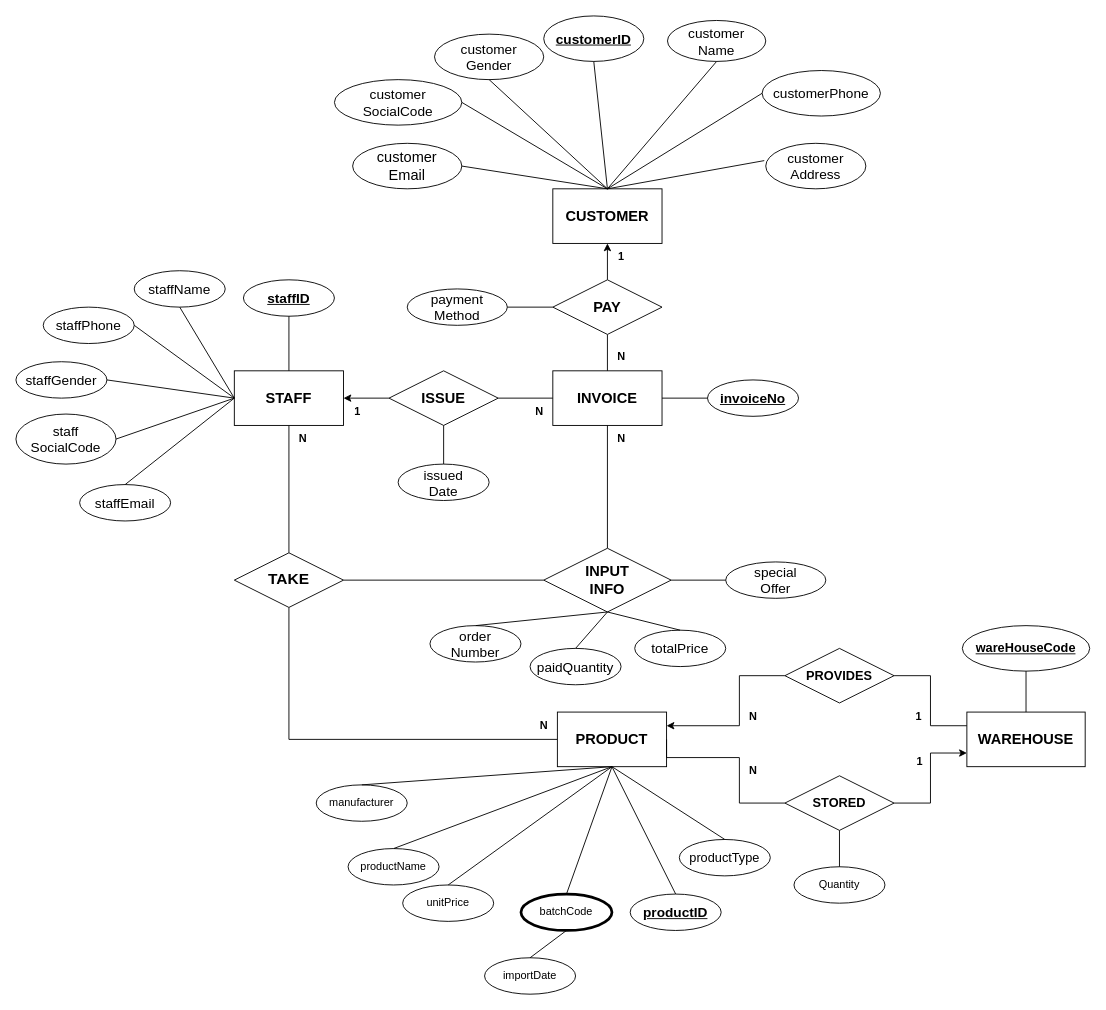
Earlier version of the draw.io diagram ERD.drawio (BradKhai29/DBI202_FinalAssignment). Source tidied: cells renumbered, new cells numbered last; positions are measured from the earlier drawing's top-left corner, leaving out a move shared by most shapes. Both pictures are drawn from the tidied source at 91%, with x=0, y=0 at pixel (15, 15).
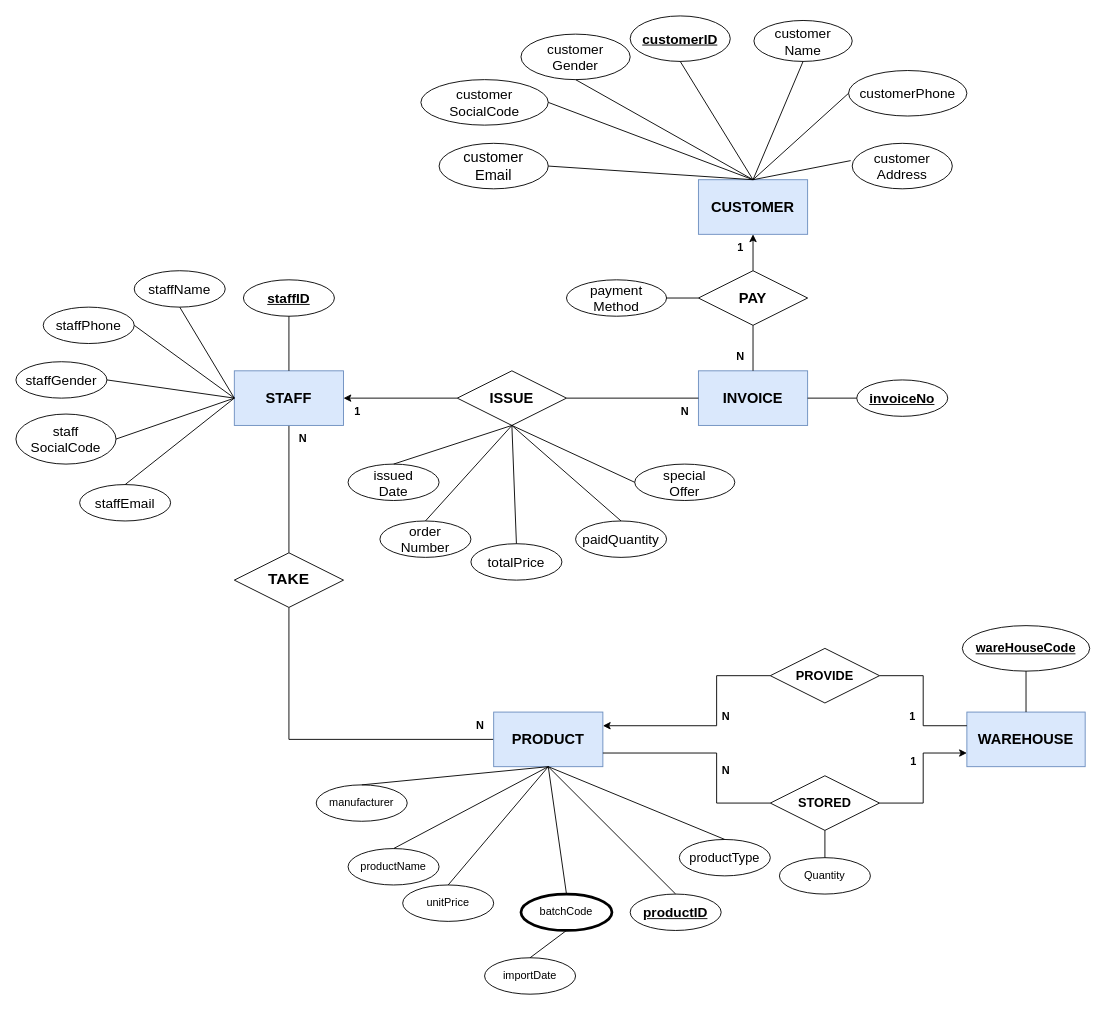
Above is the later version.

Unchanged cells that the change refers to:
```xml
<mxCell id="23" value="&lt;span style=&quot;font-size: 17px;&quot;&gt;&lt;span&gt;TAKE&lt;/span&gt;&lt;/span&gt;" style="shape=rhombus;perimeter=rhombusPerimeter;whiteSpace=wrap;html=1;align=center;fontStyle=1;" parent="1" vertex="1">
  <mxGeometry x="240" y="590" width="120" height="60" as="geometry" />
</mxCell>
```

Change to the diagram source:
```diff
@@
-    <mxCell id="3" value="&lt;span id=&quot;docs-internal-guid-eafbfbee-7fff-0a85-2df2-e815acc4d1be&quot;&gt;&lt;span style=&quot;font-size: 12pt; font-family: Arial; background-color: transparent; font-variant-numeric: normal; font-variant-east-asian: normal; vertical-align: baseline;&quot;&gt;CUSTOMER&lt;/span&gt;&lt;/span&gt;" style="rounded=0;whiteSpace=wrap;html=1;fontStyle=1;" parent="1" vertex="1">
-      <mxGeometry x="590" y="190" width="120" height="60" as="geometry" />
+    <mxCell id="3" value="&lt;span id=&quot;docs-internal-guid-eafbfbee-7fff-0a85-2df2-e815acc4d1be&quot;&gt;&lt;span style=&quot;font-size: 12pt; font-family: Arial; background-color: transparent; font-variant-numeric: normal; font-variant-east-asian: normal; vertical-align: baseline;&quot;&gt;CUSTOMER&lt;/span&gt;&lt;/span&gt;" style="rounded=0;whiteSpace=wrap;html=1;fontStyle=1;fillColor=#dae8fc;strokeColor=#6c8ebf;" parent="1" vertex="1">
+      <mxGeometry x="750" y="180" width="120" height="60" as="geometry" />
     </mxCell>
@@
-    <mxCell id="5" style="edgeStyle=orthogonalEdgeStyle;rounded=0;jettySize=auto;html=1;fontSize=14;startArrow=classic;startFill=1;endArrow=none;endFill=0;fontStyle=1;" parent="1" edge="1" source="6" target="32">
+    <mxCell id="5" style="edgeStyle=orthogonalEdgeStyle;rounded=0;jettySize=auto;html=1;fontSize=14;startArrow=classic;startFill=1;endArrow=none;endFill=0;fontStyle=1;exitX=1;exitY=0.5;exitDx=0;exitDy=0;" parent="1" edge="1" source="6" target="32">
       <mxGeometry relative="1" as="geometry" />
     </mxCell>
-    <mxCell id="6" value="&lt;span&gt;&lt;font style=&quot;font-size: 16px;&quot;&gt;STAFF&lt;/font&gt;&lt;/span&gt;" style="rounded=0;whiteSpace=wrap;html=1;fontStyle=1;" parent="1" vertex="1">
+    <mxCell id="6" value="&lt;span&gt;&lt;font style=&quot;font-size: 16px;&quot;&gt;STAFF&lt;/font&gt;&lt;/span&gt;" style="rounded=0;whiteSpace=wrap;html=1;fontStyle=1;fillColor=#dae8fc;strokeColor=#6c8ebf;" parent="1" vertex="1">
       <mxGeometry x="240" y="390" width="120" height="60" as="geometry" />
     </mxCell>
-    <mxCell id="7" value="&lt;span id=&quot;docs-internal-guid-03f4aca6-7fff-a8e5-e9ba-d91f82704c3d&quot;&gt;&lt;span style=&quot;font-size: 12pt; font-family: Arial; background-color: transparent; font-variant-numeric: normal; font-variant-east-asian: normal; vertical-align: baseline;&quot;&gt;INVOICE&lt;/span&gt;&lt;/span&gt;" style="rounded=0;whiteSpace=wrap;html=1;fontStyle=1;" parent="1" vertex="1">
-      <mxGeometry x="590" y="390" width="120" height="60" as="geometry" />
+    <mxCell id="7" value="&lt;span id=&quot;docs-internal-guid-03f4aca6-7fff-a8e5-e9ba-d91f82704c3d&quot;&gt;&lt;span style=&quot;font-size: 12pt; font-family: Arial; background-color: transparent; font-variant-numeric: normal; font-variant-east-asian: normal; vertical-align: baseline;&quot;&gt;INVOICE&lt;/span&gt;&lt;/span&gt;" style="rounded=0;whiteSpace=wrap;html=1;fontStyle=1;fillColor=#dae8fc;strokeColor=#6c8ebf;" parent="1" vertex="1">
+      <mxGeometry x="750" y="390" width="120" height="60" as="geometry" />
     </mxCell>
@@
-    <mxCell id="9" value="&lt;span style=&quot;font-size: 16px;&quot;&gt;&lt;span&gt;PRODUCT&lt;/span&gt;&lt;/span&gt;" style="rounded=0;whiteSpace=wrap;html=1;fontStyle=1;" parent="1" vertex="1">
-      <mxGeometry x="595" y="765" width="120" height="60" as="geometry" />
+    <mxCell id="9" value="&lt;span style=&quot;font-size: 16px;&quot;&gt;&lt;span&gt;PRODUCT&lt;/span&gt;&lt;/span&gt;" style="rounded=0;whiteSpace=wrap;html=1;fontStyle=1;fillColor=#dae8fc;strokeColor=#6c8ebf;" parent="1" vertex="1">
+      <mxGeometry x="525" y="765" width="120" height="60" as="geometry" />
     </mxCell>
-    <mxCell id="10" value="&lt;span&gt;WAREHOUSE&lt;/span&gt;" style="whiteSpace=wrap;html=1;align=center;fontSize=16;fontStyle=1;" parent="1" vertex="1">
+    <mxCell id="10" value="&lt;span&gt;WAREHOUSE&lt;/span&gt;" style="whiteSpace=wrap;html=1;align=center;fontSize=16;fontStyle=1;fillColor=#dae8fc;strokeColor=#6c8ebf;" parent="1" vertex="1">
       <mxGeometry x="1045" y="765" width="130" height="60" as="geometry" />
     </mxCell>
     <mxCell id="11" style="edgeStyle=orthogonalEdgeStyle;rounded=0;jettySize=auto;html=1;exitX=0;exitY=0.5;exitDx=0;exitDy=0;entryX=1;entryY=0.25;entryDx=0;entryDy=0;startArrow=none;startFill=0;endArrow=classic;endFill=1;fontStyle=1;" parent="1" edge="1" source="13" target="9">
       <mxGeometry relative="1" as="geometry">
         <Array as="points">
-          <mxPoint x="795" y="725" />
-          <mxPoint x="795" y="780" />
+          <mxPoint x="770" y="725" />
+          <mxPoint x="770" y="780" />
         </Array>
       </mxGeometry>
     </mxCell>
@@
-    <mxCell id="13" value="&lt;span&gt;&lt;font style=&quot;font-size: 14px;&quot;&gt;PROVIDES&lt;/font&gt;&lt;/span&gt;" style="shape=rhombus;perimeter=rhombusPerimeter;whiteSpace=wrap;html=1;align=center;fontStyle=1;" parent="1" vertex="1">
-      <mxGeometry x="845" y="695" width="120" height="60" as="geometry" />
+    <mxCell id="13" value="&lt;span&gt;&lt;font style=&quot;font-size: 14px;&quot;&gt;PROVIDE&lt;/font&gt;&lt;/span&gt;" style="shape=rhombus;perimeter=rhombusPerimeter;whiteSpace=wrap;html=1;align=center;fontStyle=1;" parent="1" vertex="1">
+      <mxGeometry x="829" y="695" width="120" height="60" as="geometry" />
     </mxCell>
+    <mxCell id="15" style="edgeStyle=orthogonalEdgeStyle;rounded=0;jettySize=auto;html=1;exitX=1;exitY=0.5;exitDx=0;exitDy=0;entryX=0;entryY=0.75;entryDx=0;entryDy=0;startArrow=none;startFill=0;endArrow=classic;endFill=1;fontStyle=1;" parent="1" edge="1" source="16" target="10">
+      <mxGeometry relative="1" as="geometry" />
+    </mxCell>
-    <mxCell id="14" style="edgeStyle=orthogonalEdgeStyle;rounded=0;jettySize=auto;html=1;exitX=0;exitY=0.5;exitDx=0;exitDy=0;entryX=1;entryY=0.5;entryDx=0;entryDy=0;startArrow=none;startFill=0;endArrow=none;endFill=0;fontStyle=1;" parent="1" edge="1" source="16" target="9">
+    <mxCell id="14" style="edgeStyle=orthogonalEdgeStyle;rounded=0;jettySize=auto;html=1;exitX=0;exitY=0.5;exitDx=0;exitDy=0;entryX=1;entryY=0.75;entryDx=0;entryDy=0;endArrow=none;endFill=0;" parent="1" edge="1" source="16" target="9">
       <mxGeometry relative="1" as="geometry">
         <Array as="points">
-          <mxPoint x="795" y="865" />
-          <mxPoint x="795" y="815" />
-          <mxPoint x="715" y="815" />
+          <mxPoint x="770" y="865" />
+          <mxPoint x="770" y="810" />
         </Array>
       </mxGeometry>
     </mxCell>
-    <mxCell id="15" style="edgeStyle=orthogonalEdgeStyle;rounded=0;jettySize=auto;html=1;exitX=1;exitY=0.5;exitDx=0;exitDy=0;entryX=0;entryY=0.75;entryDx=0;entryDy=0;startArrow=none;startFill=0;endArrow=classic;endFill=1;fontStyle=1;" parent="1" edge="1" source="16" target="10">
-      <mxGeometry relative="1" as="geometry" />
-    </mxCell>
     <mxCell id="16" value="&lt;span&gt;&lt;font style=&quot;font-size: 14px;&quot;&gt;STORED&lt;/font&gt;&lt;/span&gt;" style="shape=rhombus;perimeter=rhombusPerimeter;whiteSpace=wrap;html=1;align=center;fontStyle=1;" parent="1" vertex="1">
-      <mxGeometry x="845" y="835" width="120" height="60" as="geometry" />
+      <mxGeometry x="829" y="835" width="120" height="60" as="geometry" />
     </mxCell>
     <mxCell id="17" value="&lt;span style=&quot;font-weight: normal;&quot;&gt;Quantity&lt;/span&gt;" style="ellipse;whiteSpace=wrap;html=1;align=center;fontStyle=1;" parent="1" vertex="1">
-      <mxGeometry x="855" y="935" width="100" height="40" as="geometry" />
+      <mxGeometry x="839" y="925" width="100" height="40" as="geometry" />
     </mxCell>
-    <mxCell id="18" style="edgeStyle=orthogonalEdgeStyle;rounded=0;jettySize=auto;html=1;entryX=0.5;entryY=1;entryDx=0;entryDy=0;endArrow=none;endFill=0;fontStyle=1;" parent="1" edge="1" source="20" target="7">
-      <mxGeometry relative="1" as="geometry" />
-    </mxCell>
-    <mxCell id="19" style="edgeStyle=orthogonalEdgeStyle;rounded=0;jettySize=auto;html=1;entryX=1;entryY=0.5;entryDx=0;entryDy=0;fontFamily=Helvetica;fontSize=15;endArrow=none;endFill=0;" parent="1" edge="1" source="20" target="23">
-      <mxGeometry relative="1" as="geometry" />
-    </mxCell>
-    <mxCell id="20" value="&lt;span&gt;&lt;font style=&quot;font-size: 16px;&quot;&gt;INPUT&lt;br&gt;INFO&lt;br&gt;&lt;/font&gt;&lt;/span&gt;" style="shape=rhombus;perimeter=rhombusPerimeter;whiteSpace=wrap;html=1;align=center;fontStyle=1;" parent="1" vertex="1">
-      <mxGeometry x="580" y="585" width="140" height="70" as="geometry" />
-    </mxCell>
@@
     <mxCell id="22" value="&lt;span&gt;&lt;font style=&quot;font-size: 16px;&quot;&gt;PAY&lt;/font&gt;&lt;/span&gt;" style="shape=rhombus;perimeter=rhombusPerimeter;whiteSpace=wrap;html=1;align=center;fontStyle=1;" parent="1" vertex="1">
-      <mxGeometry x="590" y="290" width="120" height="60" as="geometry" />
+      <mxGeometry x="750" y="280" width="120" height="60" as="geometry" />
     </mxCell>
@@
     <mxCell id="24" value="1" style="text;html=1;align=center;verticalAlign=middle;strokeColor=none;fillColor=none;fontStyle=1;" parent="1" vertex="1">
-      <mxGeometry x="977" y="755" width="30" height="30" as="geometry" />
+      <mxGeometry x="970" y="755" width="30" height="30" as="geometry" />
     </mxCell>
     <mxCell id="25" value="N" style="text;html=1;align=center;verticalAlign=middle;strokeColor=none;fillColor=none;fontStyle=1;" parent="1" vertex="1">
-      <mxGeometry x="795" y="755" width="30" height="30" as="geometry" />
+      <mxGeometry x="765" y="755" width="30" height="30" as="geometry" />
     </mxCell>
     <mxCell id="26" value="N" style="text;html=1;align=center;verticalAlign=middle;strokeColor=none;fillColor=none;fontStyle=1;" parent="1" vertex="1">
-      <mxGeometry x="795" y="815" width="30" height="30" as="geometry" />
+      <mxGeometry x="765" y="815" width="30" height="30" as="geometry" />
     </mxCell>
     <mxCell id="27" value="1" style="text;html=1;align=center;verticalAlign=middle;strokeColor=none;fillColor=none;fontStyle=1;" parent="1" vertex="1">
-      <mxGeometry x="978" y="805" width="30" height="30" as="geometry" />
+      <mxGeometry x="971" y="805" width="30" height="30" as="geometry" />
     </mxCell>
@@
     <mxCell id="29" value="N" style="text;html=1;align=center;verticalAlign=middle;strokeColor=none;fillColor=none;fontStyle=1;" parent="1" vertex="1">
-      <mxGeometry x="565" y="765" width="30" height="30" as="geometry" />
+      <mxGeometry x="495" y="765" width="30" height="30" as="geometry" />
     </mxCell>
-    <mxCell id="30" value="N" style="text;html=1;align=center;verticalAlign=middle;strokeColor=none;fillColor=none;fontStyle=1;" parent="1" vertex="1">
-      <mxGeometry x="650" y="450" width="30" height="30" as="geometry" />
-    </mxCell>
@@
     <mxCell id="32" value="&lt;span&gt;&lt;font style=&quot;font-size: 16px;&quot;&gt;ISSUE&lt;/font&gt;&lt;/span&gt;" style="shape=rhombus;perimeter=rhombusPerimeter;whiteSpace=wrap;html=1;align=center;fontStyle=1;" parent="1" vertex="1">
-      <mxGeometry x="410" y="390" width="120" height="60" as="geometry" />
+      <mxGeometry x="485" y="390" width="120" height="60" as="geometry" />
     </mxCell>
     <mxCell id="33" value="N" style="text;html=1;align=center;verticalAlign=middle;strokeColor=none;fillColor=none;fontStyle=1;" parent="1" vertex="1">
-      <mxGeometry x="560" y="420" width="30" height="30" as="geometry" />
+      <mxGeometry x="720" y="420" width="30" height="30" as="geometry" />
     </mxCell>
@@
     <mxCell id="35" value="N" style="text;html=1;align=center;verticalAlign=middle;strokeColor=none;fillColor=none;fontStyle=1;" parent="1" vertex="1">
-      <mxGeometry x="650" y="360" width="30" height="30" as="geometry" />
+      <mxGeometry x="781" y="360" width="30" height="30" as="geometry" />
     </mxCell>
     <mxCell id="36" value="1" style="text;html=1;align=center;verticalAlign=middle;strokeColor=none;fillColor=none;fontStyle=1;" parent="1" vertex="1">
-      <mxGeometry x="650" y="250" width="30" height="30" as="geometry" />
+      <mxGeometry x="781" y="240" width="30" height="30" as="geometry" />
     </mxCell>
@@
     <mxCell id="66" value="&lt;b&gt;customerID&lt;/b&gt;" style="ellipse;whiteSpace=wrap;html=1;align=center;fontStyle=4;strokeWidth=1;fontFamily=Helvetica;fontSize=15;" parent="1" vertex="1">
-      <mxGeometry x="580" width="110" height="50" as="geometry" />
+      <mxGeometry x="675" width="110" height="50" as="geometry" />
     </mxCell>
     <mxCell id="67" value="customer&lt;br&gt;Name" style="ellipse;whiteSpace=wrap;html=1;align=center;strokeWidth=1;fontFamily=Helvetica;fontSize=15;" parent="1" vertex="1">
-      <mxGeometry x="716" y="5" width="108" height="45" as="geometry" />
+      <mxGeometry x="811" y="5" width="108" height="45" as="geometry" />
     </mxCell>
     <mxCell id="68" value="customer&lt;br&gt;SocialCode" style="ellipse;whiteSpace=wrap;html=1;align=center;strokeWidth=1;fontFamily=Helvetica;fontSize=15;" parent="1" vertex="1">
-      <mxGeometry x="350" y="70" width="140" height="50" as="geometry" />
+      <mxGeometry x="445" y="70" width="140" height="50" as="geometry" />
     </mxCell>
     <mxCell id="69" value="customerPhone" style="ellipse;whiteSpace=wrap;html=1;align=center;strokeWidth=1;fontFamily=Helvetica;fontSize=15;" parent="1" vertex="1">
-      <mxGeometry x="820" y="60" width="130" height="50" as="geometry" />
+      <mxGeometry x="915" y="60" width="130" height="50" as="geometry" />
     </mxCell>
     <mxCell id="70" value="customer&lt;br&gt;Address" style="ellipse;whiteSpace=wrap;html=1;align=center;strokeWidth=1;fontFamily=Helvetica;fontSize=15;" parent="1" vertex="1">
-      <mxGeometry x="824" y="140" width="110" height="50" as="geometry" />
+      <mxGeometry x="919" y="140" width="110" height="50" as="geometry" />
     </mxCell>
     <mxCell id="71" value="&lt;span id=&quot;docs-internal-guid-333093ab-7fff-ea09-4fb8-f57cb55c1e04&quot;&gt;&lt;span style=&quot;font-size: 12pt; font-family: Arial; background-color: transparent; font-variant-numeric: normal; font-variant-east-asian: normal; vertical-align: baseline;&quot;&gt;customer&lt;br&gt;Email&lt;/span&gt;&lt;/span&gt;" style="ellipse;whiteSpace=wrap;html=1;align=center;strokeWidth=1;fontFamily=Helvetica;fontSize=15;" parent="1" vertex="1">
-      <mxGeometry x="370" y="140" width="120" height="50" as="geometry" />
+      <mxGeometry x="465" y="140" width="120" height="50" as="geometry" />
     </mxCell>
     <mxCell id="72" value="customer&lt;br&gt;Gender" style="ellipse;whiteSpace=wrap;html=1;align=center;strokeWidth=1;fontFamily=Helvetica;fontSize=15;" parent="1" vertex="1">
-      <mxGeometry x="460" y="20" width="120" height="50" as="geometry" />
+      <mxGeometry x="555" y="20" width="120" height="50" as="geometry" />
     </mxCell>
@@
     <mxCell id="80" value="&lt;span style=&quot;font-weight: normal; font-size: 15px;&quot;&gt;paidQuantity&lt;/span&gt;" style="ellipse;whiteSpace=wrap;html=1;align=center;fontStyle=1;fontSize=15;" parent="1" vertex="1">
-      <mxGeometry x="565" y="695" width="100" height="40" as="geometry" />
+      <mxGeometry x="615" y="555" width="100" height="40" as="geometry" />
     </mxCell>
-    <mxCell id="81" style="endArrow=none;html=1;rounded=0;fontFamily=Helvetica;fontSize=15;exitX=0.5;exitY=1;exitDx=0;exitDy=0;entryX=0.5;entryY=0;entryDx=0;entryDy=0;" parent="1" edge="1" source="20" target="80">
+    <mxCell id="81" style="endArrow=none;html=1;rounded=0;fontFamily=Helvetica;fontSize=15;exitX=0.5;exitY=1;exitDx=0;exitDy=0;entryX=0.5;entryY=0;entryDx=0;entryDy=0;" parent="1" edge="1" source="32" target="80">
       <mxGeometry relative="1" as="geometry" />
     </mxCell>
     <mxCell id="82" value="&lt;b&gt;invoiceNo&lt;/b&gt;" style="ellipse;whiteSpace=wrap;html=1;align=center;fontStyle=4;strokeWidth=1;fontFamily=Helvetica;fontSize=15;" parent="1" vertex="1">
-      <mxGeometry x="760" y="400" width="100" height="40" as="geometry" />
+      <mxGeometry x="924" y="400" width="100" height="40" as="geometry" />
     </mxCell>
     <mxCell id="83" value="payment&lt;br&gt;Method" style="ellipse;whiteSpace=wrap;html=1;align=center;strokeWidth=1;fontFamily=Helvetica;fontSize=15;" parent="1" vertex="1">
-      <mxGeometry x="430" y="300" width="110" height="40" as="geometry" />
+      <mxGeometry x="605" y="290" width="110" height="40" as="geometry" />
     </mxCell>
     <mxCell id="84" value="special&lt;br&gt;Offer" style="ellipse;whiteSpace=wrap;html=1;align=center;strokeWidth=1;fontFamily=Helvetica;fontSize=15;" parent="1" vertex="1">
-      <mxGeometry x="780" y="600" width="110" height="40" as="geometry" />
+      <mxGeometry x="680" y="492.5" width="110" height="40" as="geometry" />
     </mxCell>
     <mxCell id="85" value="&lt;span style=&quot;font-weight: normal; font-size: 15px;&quot;&gt;totalPrice&lt;/span&gt;" style="ellipse;whiteSpace=wrap;html=1;align=center;fontStyle=1;fontSize=15;" parent="1" vertex="1">
-      <mxGeometry x="680" y="675" width="100" height="40" as="geometry" />
+      <mxGeometry x="500" y="580" width="100" height="40" as="geometry" />
     </mxCell>
-    <mxCell id="86" style="endArrow=none;html=1;rounded=0;fontFamily=Helvetica;fontSize=15;exitX=0.5;exitY=1;exitDx=0;exitDy=0;entryX=0.5;entryY=0;entryDx=0;entryDy=0;" parent="1" edge="1" source="20" target="85">
+    <mxCell id="86" style="endArrow=none;html=1;rounded=0;fontFamily=Helvetica;fontSize=15;exitX=0.5;exitY=1;exitDx=0;exitDy=0;entryX=0.5;entryY=0;entryDx=0;entryDy=0;" parent="1" edge="1" source="32" target="85">
       <mxGeometry relative="1" as="geometry" />
     </mxCell>
@@
     <mxCell id="88" value="order&lt;br&gt;Number" style="ellipse;whiteSpace=wrap;html=1;align=center;strokeWidth=1;fontFamily=Helvetica;fontSize=15;" parent="1" vertex="1">
-      <mxGeometry x="455" y="670" width="100" height="40" as="geometry" />
+      <mxGeometry x="400" y="555" width="100" height="40" as="geometry" />
     </mxCell>
-    <mxCell id="89" style="endArrow=none;html=1;rounded=0;fontFamily=Helvetica;fontSize=15;exitX=0.5;exitY=1;exitDx=0;exitDy=0;entryX=0.5;entryY=0;entryDx=0;entryDy=0;" parent="1" edge="1" source="20" target="88">
+    <mxCell id="89" style="endArrow=none;html=1;rounded=0;fontFamily=Helvetica;fontSize=15;exitX=0.5;exitY=1;exitDx=0;exitDy=0;entryX=0.5;entryY=0;entryDx=0;entryDy=0;" parent="1" edge="1" source="32" target="88">
       <mxGeometry relative="1" as="geometry" />
     </mxCell>
@@
-    <mxCell id="91" style="endArrow=none;html=1;rounded=0;fontFamily=Helvetica;fontSize=15;exitX=1;exitY=0.5;exitDx=0;exitDy=0;entryX=0;entryY=0.5;entryDx=0;entryDy=0;" parent="1" edge="1" source="20" target="84">
+    <mxCell id="91" style="endArrow=none;html=1;rounded=0;fontFamily=Helvetica;fontSize=15;exitX=0.5;exitY=1;exitDx=0;exitDy=0;entryX=0;entryY=0.5;entryDx=0;entryDy=0;" parent="1" edge="1" source="32" target="84">
       <mxGeometry relative="1" as="geometry" />
     </mxCell>
     <mxCell id="92" value="issued&lt;br&gt;Date" style="ellipse;whiteSpace=wrap;html=1;align=center;strokeWidth=1;fontFamily=Helvetica;fontSize=15;" parent="1" vertex="1">
-      <mxGeometry x="420" y="492.5" width="100" height="40" as="geometry" />
+      <mxGeometry x="365" y="492.5" width="100" height="40" as="geometry" />
     </mxCell>
```
